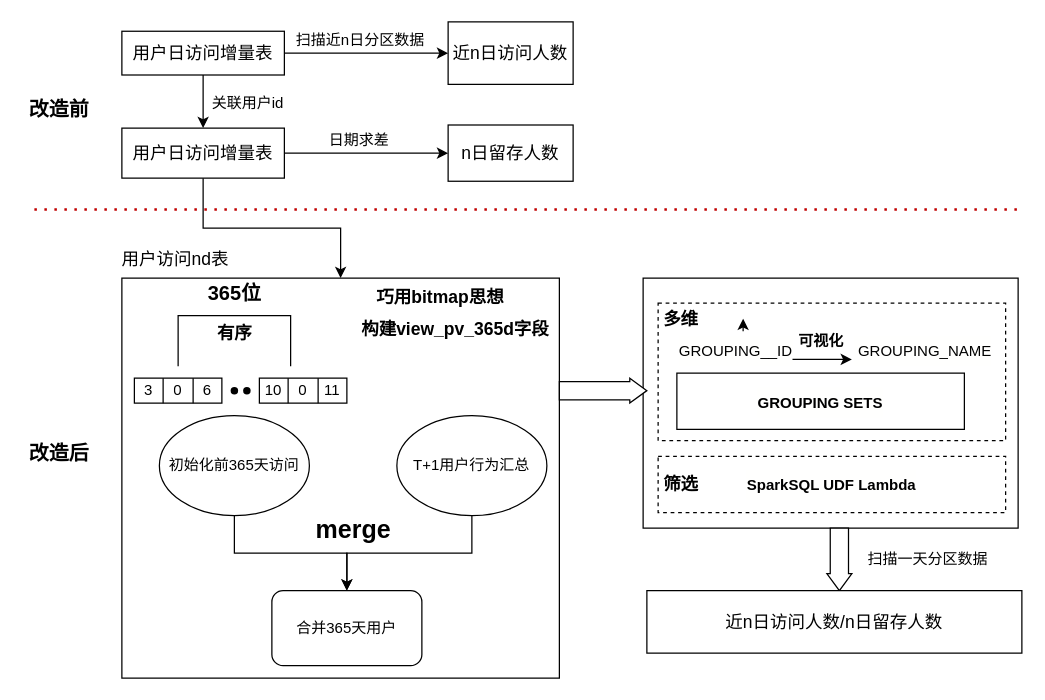
Earlier version of the draw.io diagram nd模型原理图.drawio (mineminemine123/work-wiki). Source tidied: cells renumbered, new cells numbered last; positions are measured from the earlier drawing's top-left corner, leaving out a move shared by most shapes. Both pictures are drawn from the tidied source at 125%, with x=0, y=0 at pixel (21, 21).
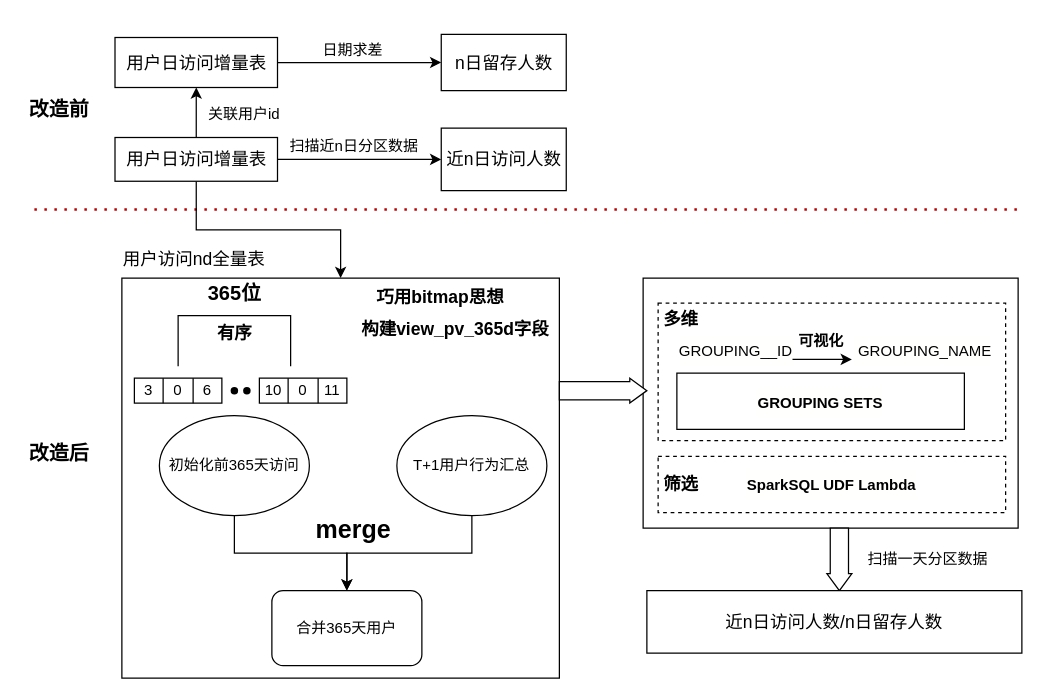
Above is the later version.

Commit message:
更新nd模型原理图.drawio

Unchanged cells that the change refers to:
```xml
<mxCell id="4" style="rounded=0;whiteSpace=wrap;html=1;fontFamily=微软雅黑;" parent="1" vertex="1">
  <mxGeometry x="80" y="205" width="350" height="320" as="geometry" />
</mxCell>
<mxCell id="34" value="多维" style="text;strokeColor=none;fillColor=none;html=1;fontSize=14;fontStyle=1;verticalAlign=middle;align=center;fontColor=#000000;fontFamily=微软雅黑;" parent="1" vertex="1">
  <mxGeometry x="477" y="217.5" width="100" height="40" as="geometry" />
</mxCell>
```

What changed in the source:
```diff
@@
-    <mxCell id="26" value="&lt;span style=&quot;font-size: 14px;&quot;&gt;&lt;font style=&quot;font-size: 14px;&quot;&gt;用户访问nd表&lt;/font&gt;&lt;/span&gt;" style="text;html=1;strokeColor=none;fillColor=none;align=center;verticalAlign=middle;whiteSpace=wrap;rounded=0;fontSize=14;fontFamily=微软雅黑;" parent="1" vertex="1">
-      <mxGeometry x="45" y="175" width="156" height="30" as="geometry" />
+    <mxCell id="26" value="&lt;span style=&quot;font-size: 14px;&quot;&gt;&lt;font style=&quot;font-size: 14px;&quot;&gt;用户访问nd全量表&lt;/font&gt;&lt;/span&gt;" style="text;html=1;strokeColor=none;fillColor=none;align=center;verticalAlign=middle;whiteSpace=wrap;rounded=0;fontSize=14;fontFamily=微软雅黑;" parent="1" vertex="1">
+      <mxGeometry x="60" y="175" width="156" height="30" as="geometry" />
     </mxCell>
@@
-    <mxCell id="40" style="edgeStyle=orthogonalEdgeStyle;rounded=0;jettySize=auto;html=1;exitX=0.5;exitY=1;exitDx=0;exitDy=0;entryX=0.5;entryY=0;entryDx=0;entryDy=0;fontFamily=微软雅黑;" parent="1" edge="1" source="41" target="49">
+    <mxCell id="40" style="edgeStyle=orthogonalEdgeStyle;rounded=0;jettySize=auto;html=1;entryX=0.5;entryY=1;entryDx=0;entryDy=0;" parent="1" edge="1" source="41" target="49">
       <mxGeometry relative="1" as="geometry" />
     </mxCell>
+    <mxCell id="57" style="edgeStyle=orthogonalEdgeStyle;rounded=0;jettySize=auto;html=1;exitX=0.5;exitY=1;exitDx=0;exitDy=0;entryX=0.5;entryY=0;entryDx=0;entryDy=0;" parent="1" edge="1" source="41" target="4">
+      <mxGeometry relative="1" as="geometry" />
+    </mxCell>
     <mxCell id="41" value="用户日访问增量表" style="rounded=0;whiteSpace=wrap;html=1;fontSize=14;fontFamily=微软雅黑;" parent="1" vertex="1">
-      <mxGeometry x="80" y="7.5" width="130" height="35" as="geometry" />
+      <mxGeometry x="74.5" y="92.5" width="130" height="35" as="geometry" />
     </mxCell>
     <mxCell id="42" value="近n日访问人数" style="rounded=0;whiteSpace=wrap;html=1;fontSize=14;fontFamily=微软雅黑;" parent="1" vertex="1">
-      <mxGeometry x="341" width="100" height="50" as="geometry" />
+      <mxGeometry x="335.5" y="85" width="100" height="50" as="geometry" />
     </mxCell>
     <mxCell id="43" value="扫描近n日分区数据" style="text;html=1;strokeColor=none;fillColor=none;align=center;verticalAlign=middle;whiteSpace=wrap;rounded=0;fontFamily=微软雅黑;" parent="1" vertex="1">
-      <mxGeometry x="201" width="140" height="30" as="geometry" />
+      <mxGeometry x="195.5" y="85" width="140" height="30" as="geometry" />
     </mxCell>
     <mxCell id="44" value="关联用户id" style="text;html=1;strokeColor=none;fillColor=none;align=center;verticalAlign=middle;whiteSpace=wrap;rounded=0;fontFamily=微软雅黑;" parent="1" vertex="1">
-      <mxGeometry x="111" y="50" width="140" height="30" as="geometry" />
+      <mxGeometry x="108" y="58.5" width="140" height="30" as="geometry" />
     </mxCell>
@@
-    <mxCell id="48" style="edgeStyle=orthogonalEdgeStyle;rounded=0;jettySize=auto;html=1;exitX=0.5;exitY=1;exitDx=0;exitDy=0;fontFamily=微软雅黑;" parent="1" edge="1" source="49" target="4">
-      <mxGeometry relative="1" as="geometry" />
-    </mxCell>
     <mxCell id="49" value="用户日访问增量表" style="rounded=0;whiteSpace=wrap;html=1;fontSize=14;fontFamily=微软雅黑;" parent="1" vertex="1">
-      <mxGeometry x="80" y="85" width="130" height="40" as="geometry" />
+      <mxGeometry x="74.5" y="12.5" width="130" height="40" as="geometry" />
     </mxCell>
     <mxCell id="50" value="n日留存人数" style="rounded=0;whiteSpace=wrap;html=1;fontSize=14;fontFamily=微软雅黑;" parent="1" vertex="1">
-      <mxGeometry x="341" y="82.5" width="100" height="45" as="geometry" />
+      <mxGeometry x="335.5" y="10" width="100" height="45" as="geometry" />
     </mxCell>
     <mxCell id="51" value="日期求差" style="text;html=1;strokeColor=none;fillColor=none;align=center;verticalAlign=middle;whiteSpace=wrap;rounded=0;fontFamily=微软雅黑;" parent="1" vertex="1">
-      <mxGeometry x="200" y="80" width="140" height="30" as="geometry" />
+      <mxGeometry x="194.5" y="7.5" width="140" height="30" as="geometry" />
     </mxCell>
@@
-    <mxCell id="56" style="edgeStyle=orthogonalEdgeStyle;rounded=0;orthogonalLoop=1;jettySize=auto;html=1;exitX=1;exitY=0.75;exitDx=0;exitDy=0;entryX=1;entryY=0.5;entryDx=0;entryDy=0;fontFamily=微软雅黑;" parent="1" edge="1" source="34" target="34">
-      <mxGeometry relative="1" as="geometry" />
-    </mxCell>
```
